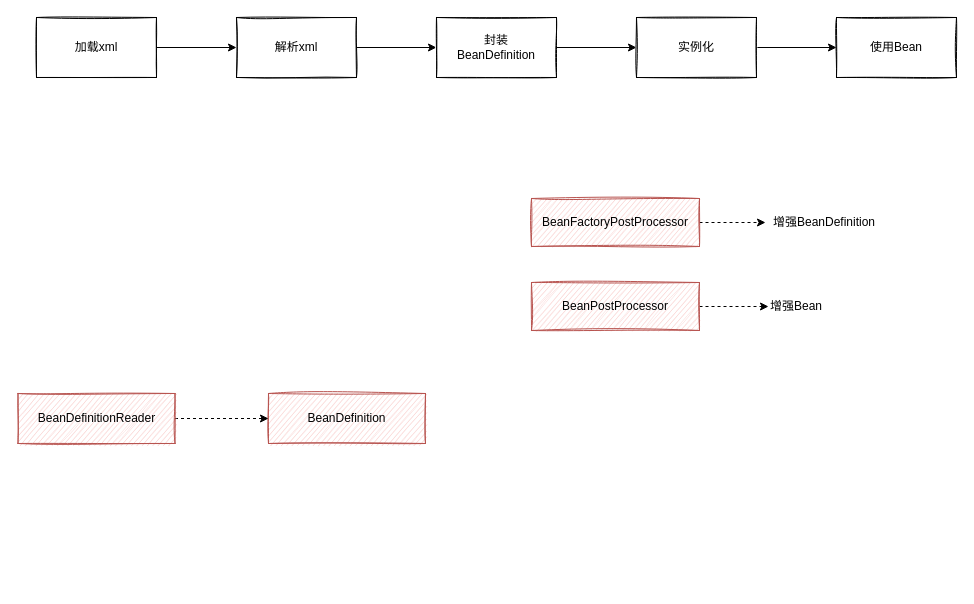
The draw.io diagram page "核心组件类" (1 of 5) of SpringMVC.drawio in blockmao/draw, before the edit. Source tidied: cells renumbered, new cells numbered last; positions are measured from the earlier drawing's top-left corner, leaving out a move shared by most shapes. Both pictures are drawn from the tidied source at 100%, with x=0, y=0 at pixel (17, 17).
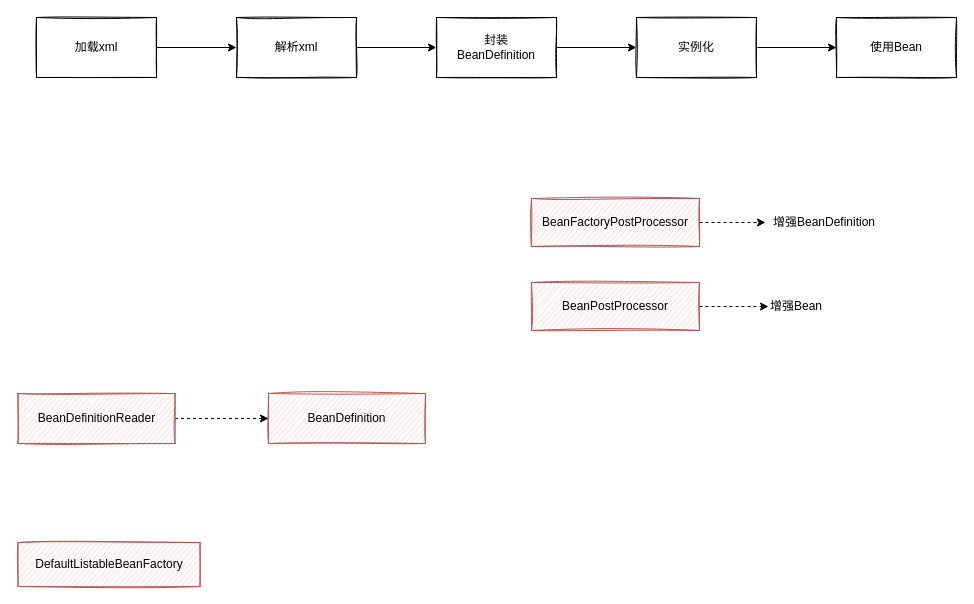
After the change.

The edit, as a diff of the source:
```diff
@@
+    <mxCell id="20" value="&lt;span style=&quot;text-align: left&quot;&gt;DefaultListableBeanFactory&lt;/span&gt;" style="rounded=0;whiteSpace=wrap;html=1;sketch=1;shadow=0;fillColor=#f8cecc;strokeColor=#b85450;" parent="1" vertex="1">
+      <mxGeometry x="0.5" y="525" width="182" height="44" as="geometry" />
+    </mxCell>
```
